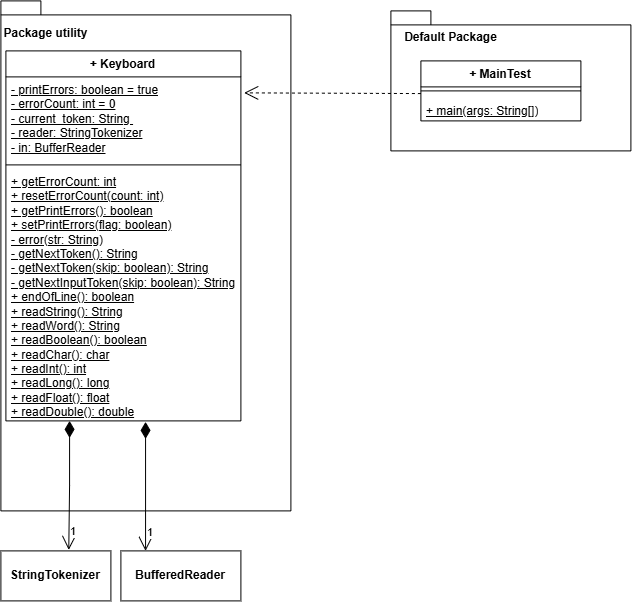
Vittorio17/map_proj keeps this draw.io diagram as Versione Base/MapClient/UML.png. Above is the earlier version. Source tidied: cells renumbered, new cells last; positions are measured from the earlier drawing's top-left corner, leaving out a move shared by most shapes.
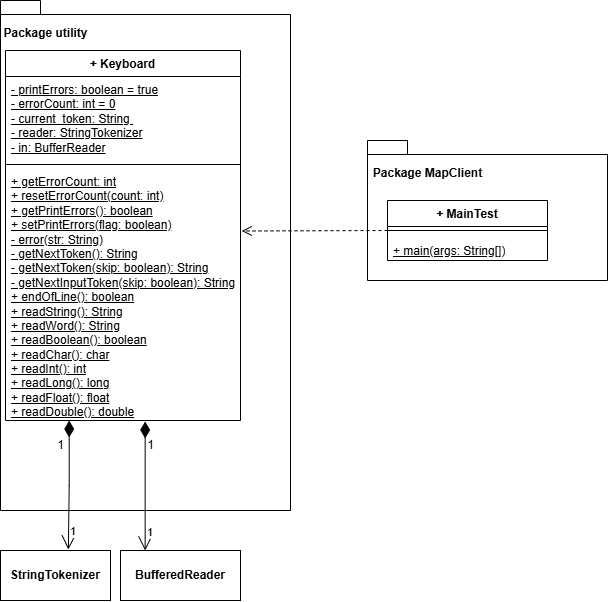
Later version of the same file.

What changed in the source:
```diff
@@ -21,13 +21,13 @@
       <mxGeometry x="5" y="20" width="80" height="26" as="geometry" />
     </mxCell>
     <mxCell id="8" style="shape=folder;fontStyle=1;spacingTop=10;tabWidth=40;tabHeight=14;tabPosition=left;html=1;whiteSpace=wrap;" parent="1" vertex="1">
-      <mxGeometry x="390" y="10" width="240" height="140" as="geometry" />
+      <mxGeometry x="367" y="140" width="240" height="140" as="geometry" />
     </mxCell>
-    <mxCell id="9" value="Default Package" style="text;align=center;fontStyle=1;verticalAlign=middle;spacingLeft=3;spacingRight=3;strokeColor=none;points=[[0,0.5],[1,0.5]];portConstraint=eastwest;html=1;" parent="1" vertex="1">
-      <mxGeometry x="410" y="24" width="80" height="26" as="geometry" />
+    <mxCell id="9" value="Package MapClient" style="text;align=center;fontStyle=1;verticalAlign=middle;spacingLeft=3;spacingRight=3;strokeColor=none;points=[[0,0.5],[1,0.5]];portConstraint=eastwest;html=1;" parent="1" vertex="1">
+      <mxGeometry x="387" y="160" width="80" height="26" as="geometry" />
     </mxCell>
     <mxCell id="10" value="+ MainTest" style="swimlane;fontStyle=1;align=center;verticalAlign=top;horizontal=1;startSize=26;whiteSpace=wrap;html=1;" parent="1" vertex="1">
-      <mxGeometry x="420" y="60" width="160" height="60" as="geometry" />
+      <mxGeometry x="387" y="200" width="160" height="60" as="geometry" />
     </mxCell>
     <mxCell id="11" style="line;strokeWidth=1;fillColor=none;align=left;verticalAlign=middle;spacingTop=-1;spacingLeft=3;spacingRight=3;labelPosition=right;strokeColor=inherit;" parent="10" vertex="1">
       <mxGeometry y="26" width="160" height="8" as="geometry" />
@@ -35,9 +35,6 @@
     <mxCell id="12" value="&lt;span&gt;&lt;code&gt;&lt;u&gt;&lt;font face=&quot;Helvetica&quot;&gt;+ main(args: String[])&lt;/font&gt;&lt;/u&gt;&lt;/code&gt;&lt;/span&gt;&lt;span&gt;&lt;sup class=&quot;superscript&quot;&gt;&lt;/sup&gt;&lt;/span&gt;&lt;span&gt;&lt;/span&gt;" style="text;strokeColor=none;fillColor=none;align=left;verticalAlign=top;spacingLeft=4;spacingRight=4;overflow=hidden;points=[[0,0.5],[1,0.5]];portConstraint=eastwest;whiteSpace=wrap;html=1;" parent="10" vertex="1">
       <mxGeometry y="34" width="160" height="26" as="geometry" />
     </mxCell>
-    <mxCell id="13" style="endArrow=open;endSize=12;dashed=1;html=1;rounded=0;exitX=0;exitY=-0.051;exitDx=0;exitDy=0;exitPerimeter=0;entryX=1.014;entryY=0.19;entryDx=0;entryDy=0;entryPerimeter=0;" parent="1" edge="1" source="12" target="4">
-      <mxGeometry relative="1" as="geometry" />
-    </mxCell>
     <mxCell id="14" value="BufferedReader" style="html=1;whiteSpace=wrap;fontStyle=1;" parent="1" vertex="1">
       <mxGeometry x="120" y="550" width="120" height="50" as="geometry" />
     </mxCell>
@@ -47,11 +44,27 @@
     <mxCell id="16" value="1" style="endArrow=open;html=1;endSize=12;startArrow=diamondThin;startSize=14;startFill=1;edgeStyle=orthogonalEdgeStyle;align=left;verticalAlign=bottom;rounded=0;exitX=0.271;exitY=1;exitDx=0;exitDy=0;entryX=0.617;entryY=-0.019;entryDx=0;entryDy=0;entryPerimeter=0;exitPerimeter=0;" parent="1" edge="1" source="6" target="15">
       <mxGeometry x="0.86" relative="1" as="geometry" />
     </mxCell>
+    <mxCell id="18" value="1" style="edgeLabel;html=1;align=center;verticalAlign=middle;fontSize=12;" parent="16" vertex="1">
+      <mxGeometry x="-0.62" y="2" relative="1" as="geometry">
+        <mxPoint x="-11" as="offset" />
+      </mxGeometry>
+    </mxCell>
     <mxCell id="17" value="1" style="endArrow=open;html=1;endSize=12;startArrow=diamondThin;startSize=14;startFill=1;edgeStyle=orthogonalEdgeStyle;align=left;verticalAlign=bottom;rounded=0;exitX=0.25;exitY=1;exitDx=0;exitDy=0;entryX=0.617;entryY=-0.019;entryDx=0;entryDy=0;entryPerimeter=0;" parent="1" edge="1">
       <mxGeometry x="0.86" relative="1" as="geometry">
         <mxPoint x="144.7" y="421" as="sourcePoint" />
         <mxPoint x="144.7" y="550" as="targetPoint" />
       </mxGeometry>
     </mxCell>
+    <mxCell id="19" value="1" style="edgeLabel;html=1;align=center;verticalAlign=middle;fontSize=12;" parent="17" vertex="1">
+      <mxGeometry x="-0.65" relative="1" as="geometry">
+        <mxPoint x="5" as="offset" />
+      </mxGeometry>
+    </mxCell>
+    <mxCell id="20" style="html=1;verticalAlign=bottom;endArrow=open;dashed=1;endSize=8;curved=0;rounded=0;fontSize=12;exitX=0;exitY=0.5;exitDx=0;exitDy=0;entryX=1.005;entryY=0.248;entryDx=0;entryDy=0;entryPerimeter=0;" parent="1" edge="1" source="10" target="6">
+      <mxGeometry relative="1" as="geometry" />
+    </mxCell>
+    <mxCell id="21" style="edgeStyle=orthogonalEdgeStyle;curved=1;rounded=0;orthogonalLoop=1;jettySize=auto;html=1;innerLoopWaypoints=1;exitX=1;exitY=0.5;exitDx=0;exitDy=0;fontSize=12;startSize=8;endSize=8;" parent="1" edge="1" source="9" target="9">
+      <mxGeometry relative="1" as="geometry" />
+    </mxCell>
   </root>
 </mxGraphModel>
```
